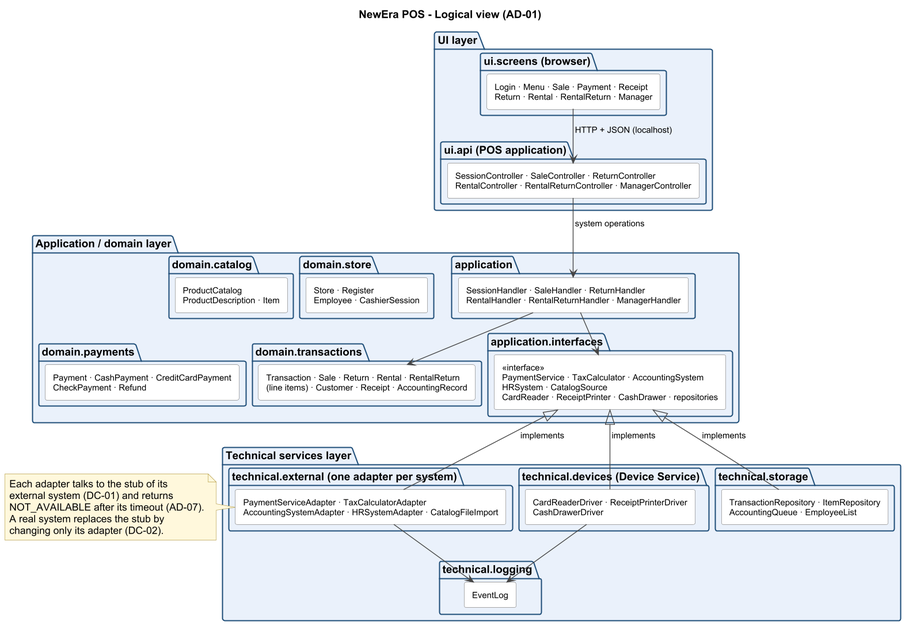
The PlantUML diagram assets/architecture_logical.png in bhsei/26D, before a commit. The source it was exported from:
```plantuml
@startuml

!pragma layout smetana
set separator none
top to bottom direction
skinparam shadowing false
skinparam dpi 130
skinparam defaultFontName Arial
skinparam ArrowColor #444444
skinparam ArrowFontSize 11
skinparam PackageBorderColor #1F4E79
skinparam PackageBackgroundColor #EAF1FB
skinparam RectangleBorderColor #888888
skinparam RectangleBackgroundColor #FFFFFF
skinparam RectangleFontSize 11
skinparam NoteBackgroundColor #FFF8DC
skinparam NoteBorderColor #B8A04A

title NewEra POS - Logical view (AD-01)

package "UI layer" as UI {
  package "ui.screens (browser)" as screens {
    rectangle "Login · Menu · Sale · Payment · Receipt\nReturn · Rental · RentalReturn · Manager" as Screens
  }
  package "ui.api (POS application)" as api {
    rectangle "SessionController · SaleController · ReturnController\nRentalController · RentalReturnController · ManagerController" as Controllers
  }
}

package "Application / domain layer" as APP {
  package "application" as application {
    rectangle "SessionHandler · SaleHandler · ReturnHandler\nRentalHandler · RentalReturnHandler · ManagerHandler" as Handlers
  }
  package "application.interfaces" as interfaces {
    rectangle "<<interface>>\nPaymentService · TaxCalculator · AccountingSystem\nHRSystem · CatalogSource\nCardReader · ReceiptPrinter · CashDrawer · repositories" as Interfaces
  }
  package "domain.store" as dstore {
    rectangle "Store · Register\nEmployee · CashierSession" as DStore
  }
  package "domain.catalog" as dcatalog {
    rectangle "ProductCatalog\nProductDescription · Item" as DCatalog
  }
  package "domain.transactions" as dtrans {
    rectangle "Transaction · Sale · Return · Rental · RentalReturn\n(line items) · Customer · Receipt · AccountingRecord" as DTrans
  }
  package "domain.payments" as dpay {
    rectangle "Payment · CashPayment · CreditCardPayment\nCheckPayment · Refund" as DPay
  }
}

package "Technical services layer" as TECH {
  package "technical.external (one adapter per system)" as external {
    rectangle "PaymentServiceAdapter · TaxCalculatorAdapter\nAccountingSystemAdapter · HRSystemAdapter · CatalogFileImport" as Adapters
  }
  package "technical.devices (Device Service)" as devices {
    rectangle "CardReaderDriver · ReceiptPrinterDriver\nCashDrawerDriver" as Drivers
  }
  package "technical.storage" as storage {
    rectangle "TransactionRepository · ItemRepository\nAccountingQueue · EmployeeList" as Repos
  }
  package "technical.logging" as logging {
    rectangle "EventLog" as Log
  }
}

Screens -down-> Controllers : HTTP + JSON (localhost)
Controllers -down-> Handlers : system operations
Handlers -down-> DTrans
Handlers -down-> Interfaces
DTrans -[hidden]right- DPay
DStore -[hidden]right- DCatalog
DStore -[hidden]down- DTrans
Adapters -up-|> Interfaces : implements
Drivers -up-|> Interfaces : implements
Repos -up-|> Interfaces : implements
Adapters -down-> Log
Drivers -down-> Log

note right of Adapters
  Each adapter talks to the stub of its
  external system (DC-01) and returns
  NOT_AVAILABLE after its timeout (AD-07).
  A real system replaces the stub by
  changing only its adapter (DC-02).
end note

@enduml
```
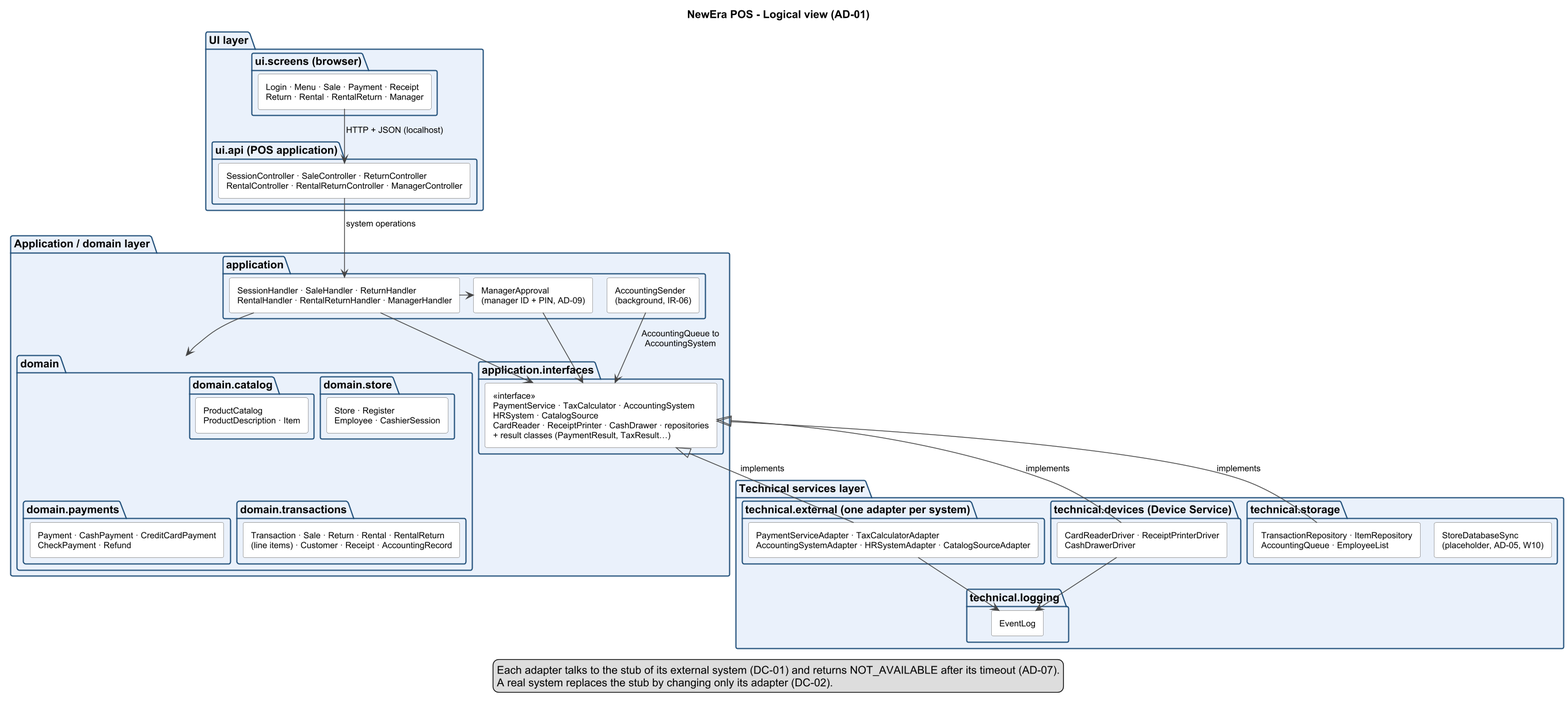
The same file after the commit.

Commit message:
W9 - Logical diagram image; domain package, ManagerApproval, AccountingSender, StoreDatabaseSync (#53)

Change to the diagram source:
```diff
@@ -30,33 +30,38 @@
 package "Application / domain layer" as APP {
   package "application" as application {
     rectangle "SessionHandler · SaleHandler · ReturnHandler\nRentalHandler · RentalReturnHandler · ManagerHandler" as Handlers
+    rectangle "ManagerApproval\n(manager ID + PIN, AD-09)" as Approval
+    rectangle "AccountingSender\n(background, IR-06)" as Sender
   }
   package "application.interfaces" as interfaces {
-    rectangle "<<interface>>\nPaymentService · TaxCalculator · AccountingSystem\nHRSystem · CatalogSource\nCardReader · ReceiptPrinter · CashDrawer · repositories" as Interfaces
+    rectangle "<<interface>>\nPaymentService · TaxCalculator · AccountingSystem\nHRSystem · CatalogSource\nCardReader · ReceiptPrinter · CashDrawer · repositories\n+ result classes (PaymentResult, TaxResult…)" as Interfaces
   }
-  package "domain.store" as dstore {
-    rectangle "Store · Register\nEmployee · CashierSession" as DStore
-  }
-  package "domain.catalog" as dcatalog {
-    rectangle "ProductCatalog\nProductDescription · Item" as DCatalog
-  }
-  package "domain.transactions" as dtrans {
-    rectangle "Transaction · Sale · Return · Rental · RentalReturn\n(line items) · Customer · Receipt · AccountingRecord" as DTrans
-  }
-  package "domain.payments" as dpay {
-    rectangle "Payment · CashPayment · CreditCardPayment\nCheckPayment · Refund" as DPay
+  package "domain" as domain {
+    package "domain.store" as dstore {
+      rectangle "Store · Register\nEmployee · CashierSession" as DStore
+    }
+    package "domain.catalog" as dcatalog {
+      rectangle "ProductCatalog\nProductDescription · Item" as DCatalog
+    }
+    package "domain.transactions" as dtrans {
+      rectangle "Transaction · Sale · Return · Rental · RentalReturn\n(line items) · Customer · Receipt · AccountingRecord" as DTrans
+    }
+    package "domain.payments" as dpay {
+      rectangle "Payment · CashPayment · CreditCardPayment\nCheckPayment · Refund" as DPay
+    }
   }
 }
 
 package "Technical services layer" as TECH {
   package "technical.external (one adapter per system)" as external {
-    rectangle "PaymentServiceAdapter · TaxCalculatorAdapter\nAccountingSystemAdapter · HRSystemAdapter · CatalogFileImport" as Adapters
+    rectangle "PaymentServiceAdapter · TaxCalculatorAdapter\nAccountingSystemAdapter · HRSystemAdapter · CatalogSourceAdapter" as Adapters
   }
   package "technical.devices (Device Service)" as devices {
     rectangle "CardReaderDriver · ReceiptPrinterDriver\nCashDrawerDriver" as Drivers
   }
   package "technical.storage" as storage {
     rectangle "TransactionRepository · ItemRepository\nAccountingQueue · EmployeeList" as Repos
+    rectangle "StoreDatabaseSync\n(placeholder, AD-05, W10)" as Sync
   }
   package "technical.logging" as logging {
     rectangle "EventLog" as Log
@@ -65,23 +70,24 @@
 
 Screens -down-> Controllers : HTTP + JSON (localhost)
 Controllers -down-> Handlers : system operations
-Handlers -down-> DTrans
+Handlers -down-> domain
 Handlers -down-> Interfaces
+Handlers -right-> Approval
+Approval -down-> Interfaces
+Sender -down-> Interfaces : AccountingQueue to\nAccountingSystem
+DStore -[hidden]right- DCatalog
 DTrans -[hidden]right- DPay
-DStore -[hidden]right- DCatalog
 DStore -[hidden]down- DTrans
+Repos -[hidden]right- Sync
 Adapters -up-|> Interfaces : implements
 Drivers -up-|> Interfaces : implements
 Repos -up-|> Interfaces : implements
 Adapters -down-> Log
 Drivers -down-> Log
 
-note right of Adapters
-  Each adapter talks to the stub of its
-  external system (DC-01) and returns
-  NOT_AVAILABLE after its timeout (AD-07).
-  A real system replaces the stub by
-  changing only its adapter (DC-02).
-end note
+legend bottom
+  Each adapter talks to the stub of its external system (DC-01) and returns NOT_AVAILABLE after its timeout (AD-07).
+  A real system replaces the stub by changing only its adapter (DC-02).
+endlegend
 
 @enduml
```
